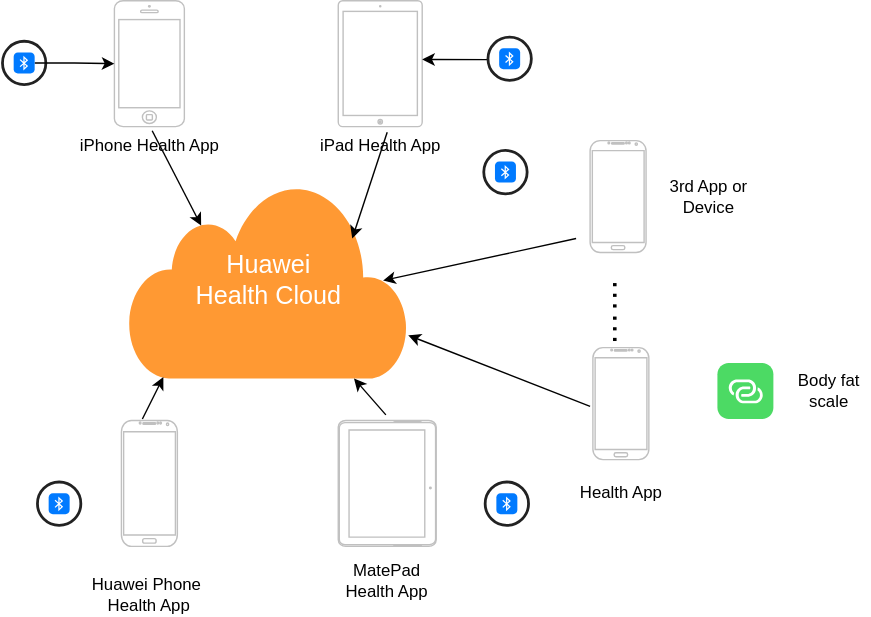
The draw.io diagram 运动健康云0层架构.drawio.svg in HuaHero/JavaGuide, before a commit. Source tidied: cells renumbered, new cells last; positions are measured from the earlier drawing's top-left corner, leaving out a move shared by most shapes.
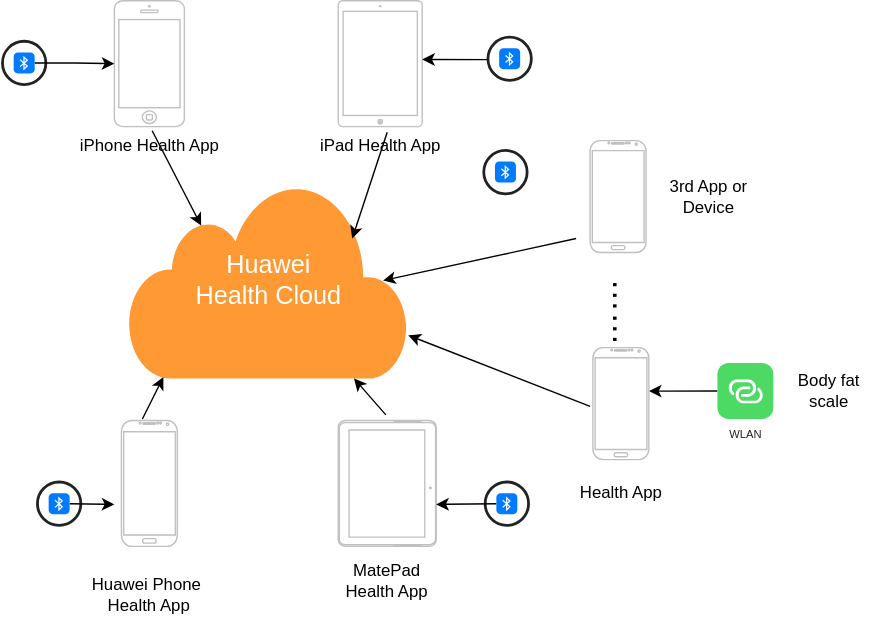
The same file after the commit.

Commit message:
更新运动健康云0层架构.drawio.svg

Change to the diagram source:
```diff
@@ -92,16 +92,27 @@
     <mxCell id="27" style="html=1;verticalLabelPosition=bottom;labelBackgroundColor=#ffffff;verticalAlign=top;shadow=0;dashed=0;strokeWidth=2;shape=mxgraph.ios7.misc.circle;strokeColor=#222222;fillColor=none;" parent="1" vertex="1">
       <mxGeometry x="345" y="344" width="31" height="31" as="geometry" />
     </mxCell>
+    <mxCell id="34" style="rounded=0;jettySize=auto;html=1;entryX=1;entryY=0.667;entryDx=0;entryDy=0;entryPerimeter=0;" parent="1" edge="1" source="28" target="6">
+      <mxGeometry relative="1" as="geometry" />
+    </mxCell>
     <mxCell id="28" style="html=1;strokeWidth=1;shadow=0;dashed=0;shape=mxgraph.ios7.misc.bluetooth;fillColor=#007AFF;strokeColor=none;buttonText=;strokeColor2=#222222;fontColor=#222222;fontSize=8;verticalLabelPosition=bottom;verticalAlign=top;align=center;sketch=0;" parent="1" vertex="1">
       <mxGeometry x="353" y="352" width="15" height="15" as="geometry" />
     </mxCell>
     <mxCell id="29" style="html=1;verticalLabelPosition=bottom;labelBackgroundColor=#ffffff;verticalAlign=top;shadow=0;dashed=0;strokeWidth=2;shape=mxgraph.ios7.misc.circle;strokeColor=#222222;fillColor=none;" parent="1" vertex="1">
       <mxGeometry x="25" y="344" width="31" height="31" as="geometry" />
     </mxCell>
+    <mxCell id="35" style="rounded=0;jettySize=auto;html=1;" parent="1" edge="1" source="30">
+      <mxGeometry relative="1" as="geometry">
+        <mxPoint x="80" y="360" as="targetPoint" />
+      </mxGeometry>
+    </mxCell>
     <mxCell id="30" style="html=1;strokeWidth=1;shadow=0;dashed=0;shape=mxgraph.ios7.misc.bluetooth;fillColor=#007AFF;strokeColor=none;buttonText=;strokeColor2=#222222;fontColor=#222222;fontSize=8;verticalLabelPosition=bottom;verticalAlign=top;align=center;sketch=0;" parent="1" vertex="1">
       <mxGeometry x="33" y="352" width="15" height="15" as="geometry" />
     </mxCell>
+    <mxCell id="36" style="rounded=0;jettySize=auto;html=1;entryX=1;entryY=0.388;entryDx=0;entryDy=0;entryPerimeter=0;" parent="1" edge="1" source="31" target="32">
+      <mxGeometry relative="1" as="geometry" />
+    </mxCell>
-    <mxCell id="31" style="html=1;strokeWidth=1;shadow=0;dashed=0;shape=mxgraph.ios7.misc.link;fillColor=#4CDA64;strokeColor=none;buttonText=;strokeColor2=#222222;fontColor=#222222;fontSize=8;verticalLabelPosition=bottom;verticalAlign=top;align=center;sketch=0;" parent="1" vertex="1">
+    <mxCell id="31" value="WLAN" style="html=1;strokeWidth=1;shadow=0;dashed=0;shape=mxgraph.ios7.misc.link;fillColor=#4CDA64;strokeColor=none;buttonText=;strokeColor2=#222222;fontColor=#222222;fontSize=8;verticalLabelPosition=bottom;verticalAlign=top;align=center;sketch=0;" parent="1" vertex="1">
       <mxGeometry x="511" y="259" width="40" height="40" as="geometry" />
     </mxCell>
     <mxCell id="32" style="verticalLabelPosition=bottom;verticalAlign=top;html=1;shadow=0;dashed=0;strokeWidth=1;shape=mxgraph.android.phone2;strokeColor=#c0c0c0;" parent="1" vertex="1">
```
